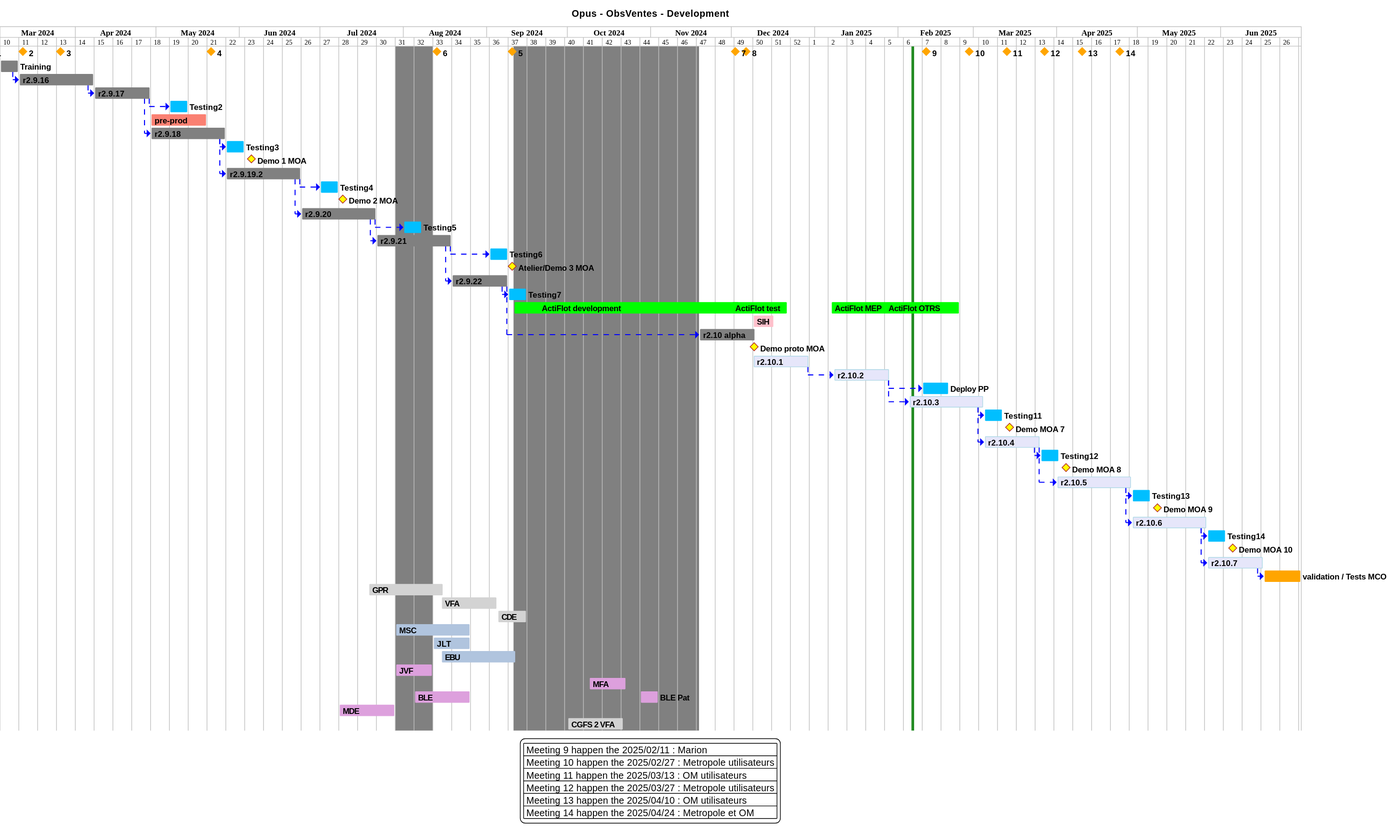
Earlier version of the PlantUML export projects/obsvente/not/images/refonte-obsventes-planning-sprints.svg (sumaris-net/sumaris-doc).
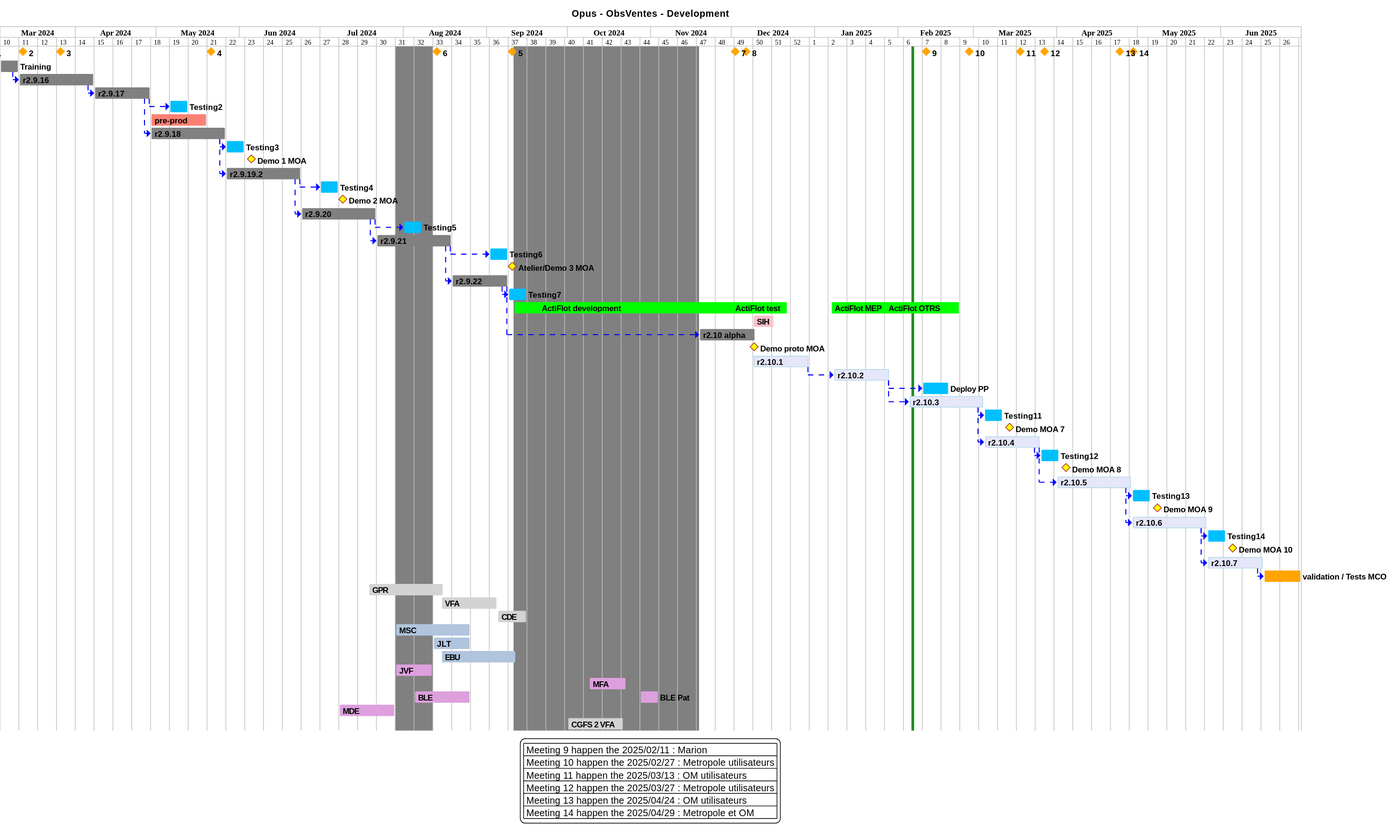
After the commit.

Commit message:
[not] Update ObsVentes planning

Change to the diagram source:
```diff
@@ -88,16 +88,16 @@
 N(10, 10) as [o10] happen the 2025/02/27
 N(10, 10) is colored in orange
 
-N(11, 11) as [o11] happen the 2025/03/13
+N(11, 11) as [o11] happen the 2025/03/18
 N(11, 11) is colored in orange
 
 N(12, 12) as [o12] happen the 2025/03/27
 N(12, 12) is colored in orange
 
-N(13, 13) as [o13] happen the 2025/04/10
+N(13, 13) as [o13] happen the 2025/04/24
 N(13, 13) is colored in orange
 
-N(14, 14) as [o14] happen the 2025/04/24
+N(14, 14) as [o14] happen the 2025/04/29
 N(14, 14) is colored in orange
 
 [o1] displays on same row as [o2]
@@ -293,8 +293,8 @@
 | Meeting 10 happen the 2025/02/27 : Metropole utilisateurs |
 | Meeting 11 happen the 2025/03/13 : OM utilisateurs |
 | Meeting 12 happen the 2025/03/27 : Metropole utilisateurs |
-| Meeting 13 happen the 2025/04/10 : OM utilisateurs |
-| Meeting 14 happen the 2025/04/24 : Metropole et OM |
+| Meeting 13 happen the 2025/04/24 : OM utilisateurs |
+| Meeting 14 happen the 2025/04/29 : Metropole et OM |
 end legend
 
 skinparam legendBackgroundColor with
```
